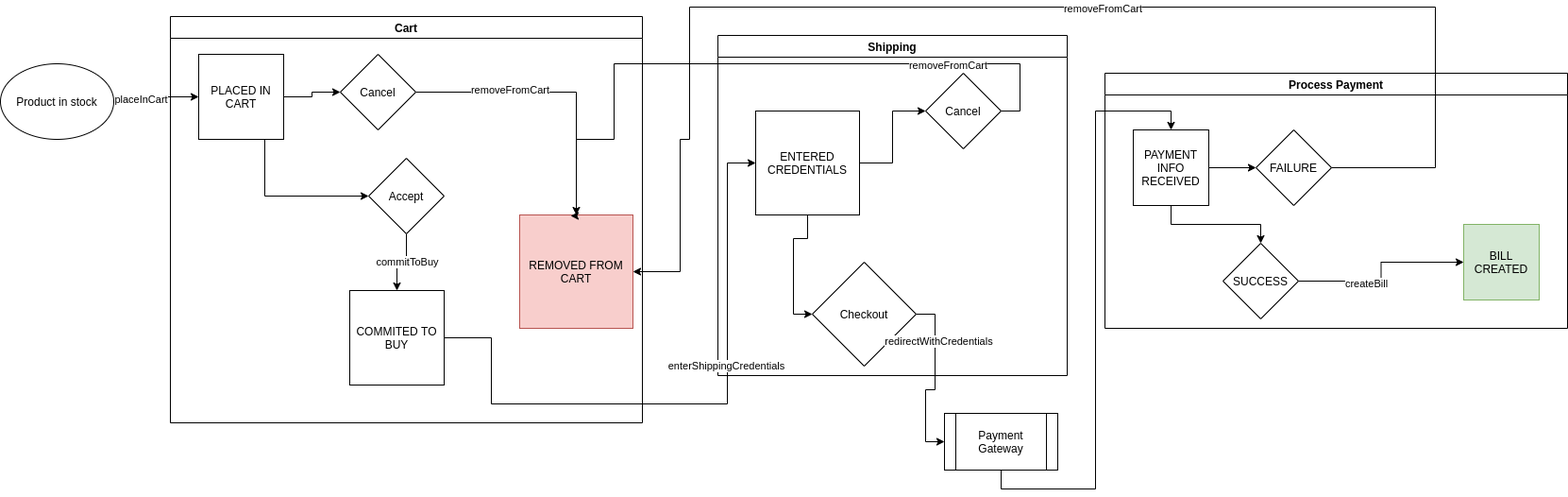
Above: img/shopdomain.png in tbuljevic/planning-projects (draw.io), before the change. Source tidied: cells renumbered, new cells last; positions are measured from the earlier drawing's top-left corner, leaving out a move shared by most shapes. Source of this version:
```xml
<mxGraphModel background="#FFFFFF">
  <root>
    <mxCell id="0" />
    <mxCell id="1" parent="0" />
    <mxCell id="2" value="Cart" style="swimlane;" parent="1" vertex="1">
      <mxGeometry x="180" y="10" width="500" height="430" as="geometry" />
    </mxCell>
    <mxCell id="3" style="edgeStyle=orthogonalEdgeStyle;rounded=0;jettySize=auto;html=1;entryX=0;entryY=0.5;entryDx=0;entryDy=0;" parent="2" edge="1" source="4" target="7">
      <mxGeometry relative="1" as="geometry" />
    </mxCell>
    <mxCell id="4" value="PLACED IN CART" style="whiteSpace=wrap;html=1;" parent="2" vertex="1">
      <mxGeometry x="30" y="40" width="90" height="90" as="geometry" />
    </mxCell>
    <mxCell id="5" style="edgeStyle=orthogonalEdgeStyle;rounded=0;jettySize=auto;html=1;exitX=1;exitY=0.5;exitDx=0;exitDy=0;" parent="2" edge="1" source="7" target="8">
      <mxGeometry relative="1" as="geometry" />
    </mxCell>
    <mxCell id="6" value="removeFromCart" style="edgeLabel;html=1;align=center;verticalAlign=middle;" parent="5" vertex="1">
      <mxGeometry x="-0.34" y="3" relative="1" as="geometry" />
    </mxCell>
    <mxCell id="7" value="Cancel" style="rhombus;whiteSpace=wrap;html=1;" parent="2" vertex="1">
      <mxGeometry x="180" y="40" width="80" height="80" as="geometry" />
    </mxCell>
    <mxCell id="8" value="REMOVED FROM CART" style="whiteSpace=wrap;html=1;fillColor=#f8cecc;strokeColor=#b85450;" parent="2" vertex="1">
      <mxGeometry x="370" y="210" width="120" height="120" as="geometry" />
    </mxCell>
    <mxCell id="9" style="edgeStyle=orthogonalEdgeStyle;rounded=0;jettySize=auto;html=1;exitX=0.5;exitY=1;exitDx=0;exitDy=0;entryX=0.5;entryY=0;entryDx=0;entryDy=0;" parent="2" edge="1" source="11" target="13">
      <mxGeometry relative="1" as="geometry" />
    </mxCell>
    <mxCell id="10" value="commitToBuy" style="edgeLabel;html=1;align=center;verticalAlign=middle;" parent="9" vertex="1">
      <mxGeometry x="-0.16" relative="1" as="geometry" />
    </mxCell>
    <mxCell id="11" value="Accept" style="rhombus;whiteSpace=wrap;html=1;" parent="2" vertex="1">
      <mxGeometry x="210" y="150" width="80" height="80" as="geometry" />
    </mxCell>
    <mxCell id="12" style="edgeStyle=orthogonalEdgeStyle;rounded=0;jettySize=auto;html=1;entryX=0;entryY=0.5;entryDx=0;entryDy=0;" parent="2" edge="1" source="4" target="11">
      <mxGeometry relative="1" as="geometry">
        <Array as="points">
          <mxPoint x="100" y="190" />
        </Array>
      </mxGeometry>
    </mxCell>
    <mxCell id="13" value="COMMITED TO BUY" style="whiteSpace=wrap;html=1;" parent="2" vertex="1">
      <mxGeometry x="190" y="290" width="100" height="100" as="geometry" />
    </mxCell>
    <mxCell id="14" style="edgeStyle=orthogonalEdgeStyle;rounded=0;jettySize=auto;html=1;entryX=0;entryY=0.5;entryDx=0;entryDy=0;" parent="1" edge="1" source="16" target="4">
      <mxGeometry relative="1" as="geometry" />
    </mxCell>
    <mxCell id="15" value="placeInCart" style="edgeLabel;html=1;align=center;verticalAlign=middle;" parent="14" vertex="1">
      <mxGeometry x="-0.42" y="3" relative="1" as="geometry" />
    </mxCell>
    <mxCell id="16" value="Product in stock" style="ellipse;whiteSpace=wrap;html=1;" parent="1" vertex="1">
      <mxGeometry y="60" width="120" height="80" as="geometry" />
    </mxCell>
    <mxCell id="17" value="Shipping" style="swimlane;" parent="1" vertex="1">
      <mxGeometry x="760" y="30" width="370" height="360" as="geometry" />
    </mxCell>
    <mxCell id="18" style="edgeStyle=orthogonalEdgeStyle;rounded=0;jettySize=auto;html=1;exitX=0.5;exitY=1;exitDx=0;exitDy=0;entryX=0;entryY=0.5;entryDx=0;entryDy=0;" parent="17" edge="1" source="20" target="21">
      <mxGeometry relative="1" as="geometry" />
    </mxCell>
    <mxCell id="19" style="edgeStyle=orthogonalEdgeStyle;rounded=0;jettySize=auto;html=1;exitX=1;exitY=0.5;exitDx=0;exitDy=0;" parent="17" edge="1" source="20" target="22">
      <mxGeometry relative="1" as="geometry" />
    </mxCell>
    <mxCell id="20" value="ENTERED CREDENTIALS" style="whiteSpace=wrap;html=1;" parent="17" vertex="1">
      <mxGeometry x="40" y="80" width="110" height="110" as="geometry" />
    </mxCell>
    <mxCell id="21" value="Checkout" style="rhombus;whiteSpace=wrap;html=1;" parent="17" vertex="1">
      <mxGeometry x="100" y="240" width="110" height="110" as="geometry" />
    </mxCell>
    <mxCell id="22" value="Cancel" style="rhombus;whiteSpace=wrap;html=1;" parent="17" vertex="1">
      <mxGeometry x="220" y="40" width="80" height="80" as="geometry" />
    </mxCell>
    <mxCell id="23" style="edgeStyle=orthogonalEdgeStyle;rounded=0;jettySize=auto;html=1;exitX=1;exitY=0.5;exitDx=0;exitDy=0;entryX=0;entryY=0.5;entryDx=0;entryDy=0;" parent="1" edge="1" source="13" target="20">
      <mxGeometry relative="1" as="geometry">
        <Array as="points">
          <mxPoint x="520" y="350" />
          <mxPoint x="520" y="420" />
          <mxPoint x="770" y="420" />
          <mxPoint x="770" y="165" />
        </Array>
      </mxGeometry>
    </mxCell>
    <mxCell id="24" value="enterShippingCredentials" style="edgeLabel;html=1;align=center;verticalAlign=middle;" parent="23" vertex="1">
      <mxGeometry x="0.26" y="2" relative="1" as="geometry" />
    </mxCell>
    <mxCell id="25" style="edgeStyle=orthogonalEdgeStyle;rounded=0;jettySize=auto;html=1;exitX=0.5;exitY=1;exitDx=0;exitDy=0;entryX=0.5;entryY=0;entryDx=0;entryDy=0;" parent="1" edge="1" source="26" target="34">
      <mxGeometry relative="1" as="geometry" />
    </mxCell>
    <mxCell id="26" value="Payment Gateway" style="shape=process;whiteSpace=wrap;html=1;backgroundOutline=1;" parent="1" vertex="1">
      <mxGeometry x="1000" y="430" width="120" height="60" as="geometry" />
    </mxCell>
    <mxCell id="27" style="edgeStyle=orthogonalEdgeStyle;rounded=0;jettySize=auto;html=1;exitX=1;exitY=0.5;exitDx=0;exitDy=0;entryX=0;entryY=0.5;entryDx=0;entryDy=0;" parent="1" edge="1" source="21" target="26">
      <mxGeometry relative="1" as="geometry" />
    </mxCell>
    <mxCell id="28" value="redirectWithCredentials" style="edgeLabel;html=1;align=center;verticalAlign=middle;" parent="27" vertex="1">
      <mxGeometry x="-0.48" y="3" relative="1" as="geometry" />
    </mxCell>
    <mxCell id="29" style="edgeStyle=orthogonalEdgeStyle;rounded=0;jettySize=auto;html=1;exitX=1;exitY=0.5;exitDx=0;exitDy=0;entryX=0.45;entryY=0.008;entryDx=0;entryDy=0;entryPerimeter=0;" parent="1" edge="1" source="22" target="8">
      <mxGeometry relative="1" as="geometry">
        <Array as="points">
          <mxPoint x="1080" y="110" />
          <mxPoint x="1080" y="60" />
          <mxPoint x="650" y="60" />
          <mxPoint x="650" y="140" />
          <mxPoint x="610" y="140" />
          <mxPoint x="610" y="221" />
        </Array>
      </mxGeometry>
    </mxCell>
    <mxCell id="30" value="removeFromCart" style="edgeLabel;html=1;align=center;verticalAlign=middle;" parent="29" vertex="1">
      <mxGeometry x="-0.58" y="1" relative="1" as="geometry" />
    </mxCell>
    <mxCell id="31" value="Process Payment" style="swimlane;" parent="1" vertex="1">
      <mxGeometry x="1170" y="70" width="490" height="270" as="geometry" />
    </mxCell>
    <mxCell id="32" style="edgeStyle=orthogonalEdgeStyle;rounded=0;jettySize=auto;html=1;exitX=1;exitY=0.5;exitDx=0;exitDy=0;entryX=0;entryY=0.5;entryDx=0;entryDy=0;" parent="31" edge="1" source="34" target="35">
      <mxGeometry relative="1" as="geometry" />
    </mxCell>
    <mxCell id="33" style="edgeStyle=orthogonalEdgeStyle;rounded=0;jettySize=auto;html=1;exitX=0.5;exitY=1;exitDx=0;exitDy=0;" parent="31" edge="1" source="34" target="36">
      <mxGeometry relative="1" as="geometry" />
    </mxCell>
    <mxCell id="34" value="PAYMENT INFO RECEIVED" style="whiteSpace=wrap;html=1;" parent="31" vertex="1">
      <mxGeometry x="30" y="60" width="80" height="80" as="geometry" />
    </mxCell>
    <mxCell id="35" value="FAILURE" style="rhombus;whiteSpace=wrap;html=1;" parent="31" vertex="1">
      <mxGeometry x="160" y="60" width="80" height="80" as="geometry" />
    </mxCell>
    <mxCell id="36" value="SUCCESS" style="rhombus;whiteSpace=wrap;html=1;" parent="31" vertex="1">
      <mxGeometry x="125" y="180" width="80" height="80" as="geometry" />
    </mxCell>
    <mxCell id="37" value="BILL CREATED" style="whiteSpace=wrap;html=1;fillColor=#d5e8d4;strokeColor=#82b366;" parent="31" vertex="1">
      <mxGeometry x="380" y="160" width="80" height="80" as="geometry" />
    </mxCell>
    <mxCell id="38" style="edgeStyle=orthogonalEdgeStyle;rounded=0;jettySize=auto;html=1;exitX=1;exitY=0.5;exitDx=0;exitDy=0;entryX=0;entryY=0.5;entryDx=0;entryDy=0;" parent="31" edge="1" source="36" target="37">
      <mxGeometry relative="1" as="geometry" />
    </mxCell>
    <mxCell id="39" value="createBill" style="edgeLabel;html=1;align=center;verticalAlign=middle;" parent="38" vertex="1">
      <mxGeometry x="-0.27" y="-2" relative="1" as="geometry" />
    </mxCell>
    <mxCell id="40" style="edgeStyle=orthogonalEdgeStyle;rounded=0;jettySize=auto;html=1;exitX=1;exitY=0.5;exitDx=0;exitDy=0;entryX=1;entryY=0.5;entryDx=0;entryDy=0;" parent="1" edge="1" source="35" target="8">
      <mxGeometry relative="1" as="geometry">
        <Array as="points">
          <mxPoint x="1520" y="170" />
          <mxPoint x="1520" />
          <mxPoint x="730" />
          <mxPoint x="730" y="140" />
          <mxPoint x="720" y="140" />
          <mxPoint x="720" y="280" />
        </Array>
      </mxGeometry>
    </mxCell>
    <mxCell id="41" value="removeFromCart" style="edgeLabel;html=1;align=center;verticalAlign=middle;" parent="40" vertex="1">
      <mxGeometry x="-0.1" y="1" relative="1" as="geometry" />
    </mxCell>
  </root>
</mxGraphModel>
```
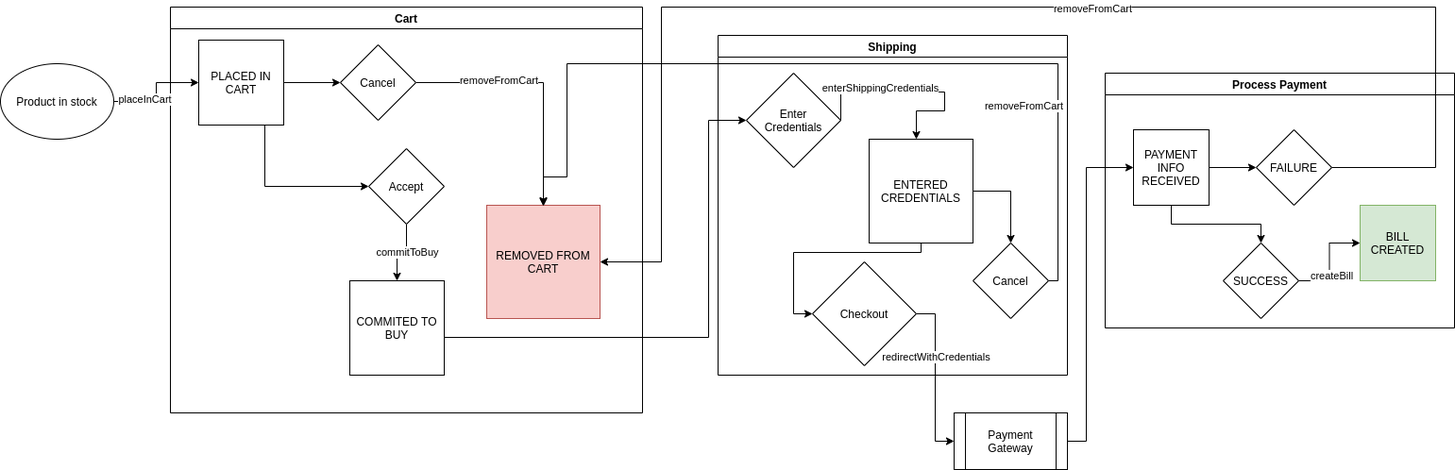
The same diagram one commit later.

Change to the diagram source:
```diff
@@ -3,13 +3,13 @@
     <mxCell id="0" />
     <mxCell id="1" parent="0" />
     <mxCell id="2" value="Cart" style="swimlane;" parent="1" vertex="1">
-      <mxGeometry x="180" y="10" width="500" height="430" as="geometry" />
+      <mxGeometry x="180" width="500" height="430" as="geometry" />
     </mxCell>
     <mxCell id="3" style="edgeStyle=orthogonalEdgeStyle;rounded=0;jettySize=auto;html=1;entryX=0;entryY=0.5;entryDx=0;entryDy=0;" parent="2" edge="1" source="4" target="7">
       <mxGeometry relative="1" as="geometry" />
     </mxCell>
     <mxCell id="4" value="PLACED IN CART" style="whiteSpace=wrap;html=1;" parent="2" vertex="1">
-      <mxGeometry x="30" y="40" width="90" height="90" as="geometry" />
+      <mxGeometry x="30" y="35" width="90" height="90" as="geometry" />
     </mxCell>
     <mxCell id="5" style="edgeStyle=orthogonalEdgeStyle;rounded=0;jettySize=auto;html=1;exitX=1;exitY=0.5;exitDx=0;exitDy=0;" parent="2" edge="1" source="7" target="8">
       <mxGeometry relative="1" as="geometry" />
@@ -21,7 +21,7 @@
       <mxGeometry x="180" y="40" width="80" height="80" as="geometry" />
     </mxCell>
     <mxCell id="8" value="REMOVED FROM CART" style="whiteSpace=wrap;html=1;fillColor=#f8cecc;strokeColor=#b85450;" parent="2" vertex="1">
-      <mxGeometry x="370" y="210" width="120" height="120" as="geometry" />
+      <mxGeometry x="335" y="210" width="120" height="120" as="geometry" />
     </mxCell>
     <mxCell id="9" style="edgeStyle=orthogonalEdgeStyle;rounded=0;jettySize=auto;html=1;exitX=0.5;exitY=1;exitDx=0;exitDy=0;entryX=0.5;entryY=0;entryDx=0;entryDy=0;" parent="2" edge="1" source="11" target="13">
       <mxGeometry relative="1" as="geometry" />
@@ -55,62 +55,89 @@
       <mxGeometry x="760" y="30" width="370" height="360" as="geometry" />
     </mxCell>
     <mxCell id="18" style="edgeStyle=orthogonalEdgeStyle;rounded=0;jettySize=auto;html=1;exitX=0.5;exitY=1;exitDx=0;exitDy=0;entryX=0;entryY=0.5;entryDx=0;entryDy=0;" parent="17" edge="1" source="20" target="21">
-      <mxGeometry relative="1" as="geometry" />
+      <mxGeometry relative="1" as="geometry">
+        <Array as="points">
+          <mxPoint x="215" y="230" />
+          <mxPoint x="80" y="230" />
+          <mxPoint x="80" y="295" />
+        </Array>
+      </mxGeometry>
     </mxCell>
     <mxCell id="19" style="edgeStyle=orthogonalEdgeStyle;rounded=0;jettySize=auto;html=1;exitX=1;exitY=0.5;exitDx=0;exitDy=0;" parent="17" edge="1" source="20" target="22">
       <mxGeometry relative="1" as="geometry" />
     </mxCell>
     <mxCell id="20" value="ENTERED CREDENTIALS" style="whiteSpace=wrap;html=1;" parent="17" vertex="1">
-      <mxGeometry x="40" y="80" width="110" height="110" as="geometry" />
+      <mxGeometry x="160" y="110" width="110" height="110" as="geometry" />
     </mxCell>
     <mxCell id="21" value="Checkout" style="rhombus;whiteSpace=wrap;html=1;" parent="17" vertex="1">
       <mxGeometry x="100" y="240" width="110" height="110" as="geometry" />
     </mxCell>
     <mxCell id="22" value="Cancel" style="rhombus;whiteSpace=wrap;html=1;" parent="17" vertex="1">
-      <mxGeometry x="220" y="40" width="80" height="80" as="geometry" />
+      <mxGeometry x="270" y="220" width="80" height="80" as="geometry" />
     </mxCell>
-    <mxCell id="23" style="edgeStyle=orthogonalEdgeStyle;rounded=0;jettySize=auto;html=1;exitX=1;exitY=0.5;exitDx=0;exitDy=0;entryX=0;entryY=0.5;entryDx=0;entryDy=0;" parent="1" edge="1" source="13" target="20">
-      <mxGeometry relative="1" as="geometry">
-        <Array as="points">
-          <mxPoint x="520" y="350" />
-          <mxPoint x="520" y="420" />
-          <mxPoint x="770" y="420" />
-          <mxPoint x="770" y="165" />
-        </Array>
-      </mxGeometry>
-    </mxCell>
+    <mxCell id="42" value="Enter&lt;br&gt;Credentials" style="rhombus;whiteSpace=wrap;html=1;" parent="17" vertex="1">
+      <mxGeometry x="30" y="40" width="100" height="100" as="geometry" />
+    </mxCell>
+    <mxCell id="43" style="edgeStyle=orthogonalEdgeStyle;rounded=0;jettySize=auto;html=1;exitX=1;exitY=0.5;exitDx=0;exitDy=0;" parent="17" edge="1" source="42">
+      <mxGeometry relative="1" as="geometry">
+        <mxPoint x="210" y="110" as="targetPoint" />
+        <Array as="points">
+          <mxPoint x="130" y="60" />
+          <mxPoint x="240" y="60" />
+          <mxPoint x="240" y="80" />
+          <mxPoint x="210" y="80" />
+          <mxPoint x="210" y="110" />
+        </Array>
+      </mxGeometry>
+    </mxCell>
-    <mxCell id="24" value="enterShippingCredentials" style="edgeLabel;html=1;align=center;verticalAlign=middle;" parent="23" vertex="1">
-      <mxGeometry x="0.26" y="2" relative="1" as="geometry" />
+    <mxCell id="24" value="enterShippingCredentials" style="edgeLabel;html=1;align=center;verticalAlign=middle;" parent="43" vertex="1">
+      <mxGeometry x="0.09" y="3" relative="1" as="geometry">
+        <mxPoint x="-48" y="-2" as="offset" />
+      </mxGeometry>
     </mxCell>
-    <mxCell id="25" style="edgeStyle=orthogonalEdgeStyle;rounded=0;jettySize=auto;html=1;exitX=0.5;exitY=1;exitDx=0;exitDy=0;entryX=0.5;entryY=0;entryDx=0;entryDy=0;" parent="1" edge="1" source="26" target="34">
-      <mxGeometry relative="1" as="geometry" />
+    <mxCell id="25" style="edgeStyle=orthogonalEdgeStyle;rounded=0;jettySize=auto;html=1;exitX=1;exitY=0.5;exitDx=0;exitDy=0;entryX=0;entryY=0.5;entryDx=0;entryDy=0;" parent="1" edge="1" source="26" target="34">
+      <mxGeometry relative="1" as="geometry">
+        <Array as="points">
+          <mxPoint x="1150" y="460" />
+          <mxPoint x="1150" y="170" />
+        </Array>
+      </mxGeometry>
     </mxCell>
     <mxCell id="26" value="Payment Gateway" style="shape=process;whiteSpace=wrap;html=1;backgroundOutline=1;" parent="1" vertex="1">
-      <mxGeometry x="1000" y="430" width="120" height="60" as="geometry" />
+      <mxGeometry x="1010" y="430" width="120" height="60" as="geometry" />
     </mxCell>
     <mxCell id="27" style="edgeStyle=orthogonalEdgeStyle;rounded=0;jettySize=auto;html=1;exitX=1;exitY=0.5;exitDx=0;exitDy=0;entryX=0;entryY=0.5;entryDx=0;entryDy=0;" parent="1" edge="1" source="21" target="26">
-      <mxGeometry relative="1" as="geometry" />
+      <mxGeometry relative="1" as="geometry">
+        <Array as="points">
+          <mxPoint x="990" y="325" />
+          <mxPoint x="990" y="460" />
+        </Array>
+      </mxGeometry>
     </mxCell>
     <mxCell id="28" value="redirectWithCredentials" style="edgeLabel;html=1;align=center;verticalAlign=middle;" parent="27" vertex="1">
-      <mxGeometry x="-0.48" y="3" relative="1" as="geometry" />
+      <mxGeometry x="-0.48" y="3" relative="1" as="geometry">
+        <mxPoint x="-3" y="20" as="offset" />
+      </mxGeometry>
     </mxCell>
-    <mxCell id="29" style="edgeStyle=orthogonalEdgeStyle;rounded=0;jettySize=auto;html=1;exitX=1;exitY=0.5;exitDx=0;exitDy=0;entryX=0.45;entryY=0.008;entryDx=0;entryDy=0;entryPerimeter=0;" parent="1" edge="1" source="22" target="8">
+    <mxCell id="29" style="edgeStyle=orthogonalEdgeStyle;rounded=0;jettySize=auto;html=1;exitX=1;exitY=0.5;exitDx=0;exitDy=0;" parent="1" edge="1" source="22">
       <mxGeometry relative="1" as="geometry">
+        <mxPoint x="575" y="211" as="targetPoint" />
         <Array as="points">
-          <mxPoint x="1080" y="110" />
-          <mxPoint x="1080" y="60" />
-          <mxPoint x="650" y="60" />
-          <mxPoint x="650" y="140" />
-          <mxPoint x="610" y="140" />
-          <mxPoint x="610" y="221" />
+          <mxPoint x="1120" y="290" />
+          <mxPoint x="1120" y="60" />
+          <mxPoint x="600" y="60" />
+          <mxPoint x="600" y="180" />
+          <mxPoint x="575" y="180" />
         </Array>
       </mxGeometry>
     </mxCell>
     <mxCell id="30" value="removeFromCart" style="edgeLabel;html=1;align=center;verticalAlign=middle;" parent="29" vertex="1">
-      <mxGeometry x="-0.58" y="1" relative="1" as="geometry" />
+      <mxGeometry x="-0.58" y="1" relative="1" as="geometry">
+        <mxPoint x="-36" y="-1" as="offset" />
+      </mxGeometry>
     </mxCell>
     <mxCell id="31" value="Process Payment" style="swimlane;" parent="1" vertex="1">
-      <mxGeometry x="1170" y="70" width="490" height="270" as="geometry" />
+      <mxGeometry x="1170" y="70" width="370" height="270" as="geometry" />
     </mxCell>
     <mxCell id="32" style="edgeStyle=orthogonalEdgeStyle;rounded=0;jettySize=auto;html=1;exitX=1;exitY=0.5;exitDx=0;exitDy=0;entryX=0;entryY=0.5;entryDx=0;entryDy=0;" parent="31" edge="1" source="34" target="35">
       <mxGeometry relative="1" as="geometry" />
@@ -128,7 +155,7 @@
       <mxGeometry x="125" y="180" width="80" height="80" as="geometry" />
     </mxCell>
     <mxCell id="37" value="BILL CREATED" style="whiteSpace=wrap;html=1;fillColor=#d5e8d4;strokeColor=#82b366;" parent="31" vertex="1">
-      <mxGeometry x="380" y="160" width="80" height="80" as="geometry" />
+      <mxGeometry x="270" y="140" width="80" height="80" as="geometry" />
     </mxCell>
     <mxCell id="38" style="edgeStyle=orthogonalEdgeStyle;rounded=0;jettySize=auto;html=1;exitX=1;exitY=0.5;exitDx=0;exitDy=0;entryX=0;entryY=0.5;entryDx=0;entryDy=0;" parent="31" edge="1" source="36" target="37">
       <mxGeometry relative="1" as="geometry" />
@@ -141,15 +168,22 @@
         <Array as="points">
           <mxPoint x="1520" y="170" />
           <mxPoint x="1520" />
-          <mxPoint x="730" />
-          <mxPoint x="730" y="140" />
-          <mxPoint x="720" y="140" />
-          <mxPoint x="720" y="280" />
+          <mxPoint x="700" />
+          <mxPoint x="700" y="270" />
         </Array>
       </mxGeometry>
     </mxCell>
     <mxCell id="41" value="removeFromCart" style="edgeLabel;html=1;align=center;verticalAlign=middle;" parent="40" vertex="1">
       <mxGeometry x="-0.1" y="1" relative="1" as="geometry" />
     </mxCell>
+    <mxCell id="44" style="edgeStyle=orthogonalEdgeStyle;rounded=0;jettySize=auto;html=1;exitX=1;exitY=0.5;exitDx=0;exitDy=0;entryX=0;entryY=0.5;entryDx=0;entryDy=0;" parent="1" edge="1" source="13" target="42">
+      <mxGeometry relative="1" as="geometry">
+        <Array as="points">
+          <mxPoint x="470" y="350" />
+          <mxPoint x="750" y="350" />
+          <mxPoint x="750" y="120" />
+        </Array>
+      </mxGeometry>
+    </mxCell>
   </root>
 </mxGraphModel>
```
